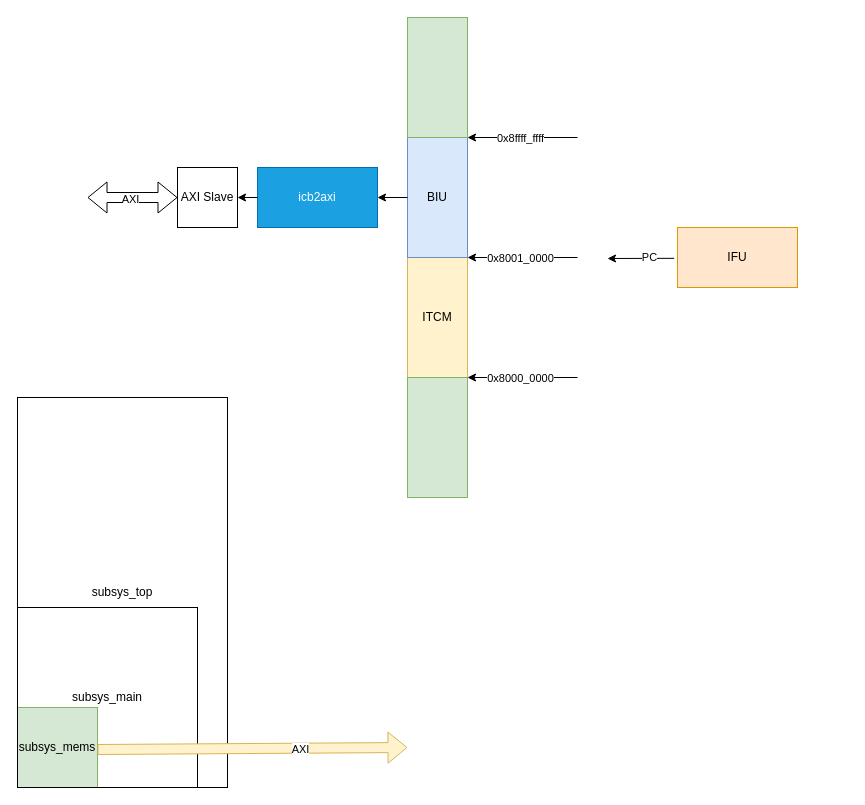
This is page "蜂鸟E203" (6 of 6) of 五级流水.drawio from ZPNMiaoHeng/drawioFolder, a draw.io file, before an edit. Source tidied: cells renumbered, new cells numbered last; positions are measured from the earlier drawing's top-left corner, leaving out a move shared by most shapes. Both pictures are drawn from the tidied source at 100%, with x=0, y=0 at pixel (17, 17).
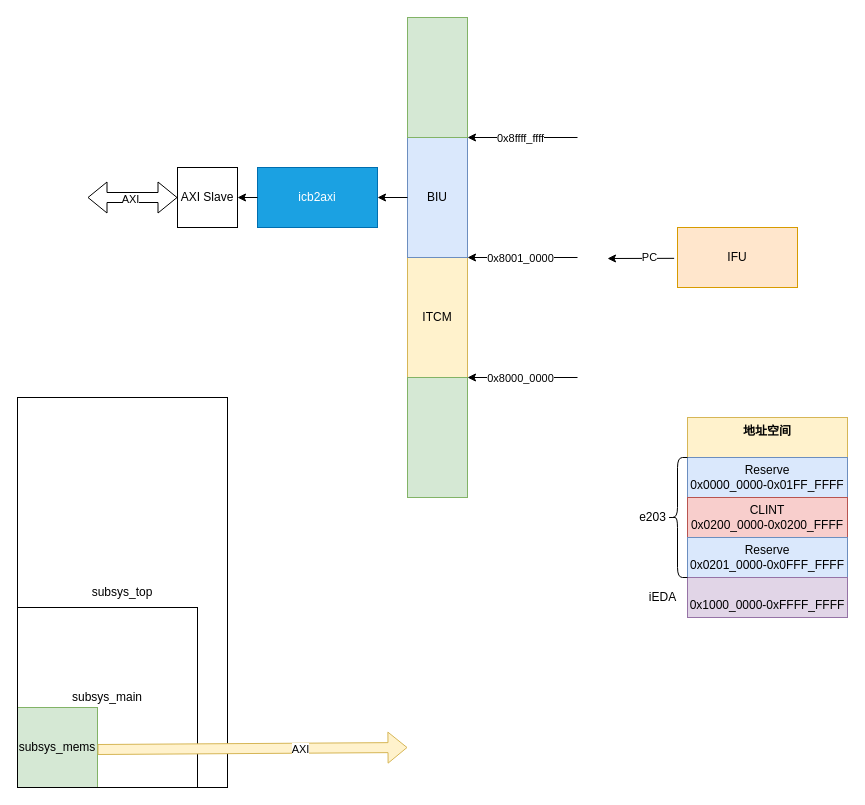
Above is the later version.

Commit message:
更新五级流水.drawio

Diff of the diagram source:
```diff
@@
+    <mxCell id="26" value="地址空间" style="rounded=0;whiteSpace=wrap;html=1;fillColor=#fff2cc;strokeColor=#d6b656;fontStyle=1;verticalAlign=top;" parent="1" vertex="1">
+      <mxGeometry x="670" y="400" width="160" height="40" as="geometry" />
+    </mxCell>
+    <mxCell id="27" value="Reserve&lt;br&gt;0x0000_0000-0x01FF_FFFF" style="rounded=0;whiteSpace=wrap;html=1;fillColor=#dae8fc;strokeColor=#6c8ebf;" parent="1" vertex="1">
+      <mxGeometry x="670" y="440" width="160" height="40" as="geometry" />
+    </mxCell>
+    <mxCell id="28" value="CLINT&lt;br&gt;0x0200_0000-0x0200_FFFF" style="rounded=0;whiteSpace=wrap;html=1;fillColor=#f8cecc;strokeColor=#b85450;" parent="1" vertex="1">
+      <mxGeometry x="670" y="480" width="160" height="40" as="geometry" />
+    </mxCell>
+    <mxCell id="29" value="Reserve&lt;br&gt;0x0201_0000-0x0FFF_FFFF" style="rounded=0;whiteSpace=wrap;html=1;fillColor=#dae8fc;strokeColor=#6c8ebf;" parent="1" vertex="1">
+      <mxGeometry x="670" y="520" width="160" height="40" as="geometry" />
+    </mxCell>
+    <mxCell id="30" value="&lt;br&gt;0x1000_0000-0xFFFF_FFFF" style="rounded=0;whiteSpace=wrap;html=1;fillColor=#e1d5e7;strokeColor=#9673a6;" parent="1" vertex="1">
+      <mxGeometry x="670" y="560" width="160" height="40" as="geometry" />
+    </mxCell>
+    <mxCell id="31" style="shape=curlyBracket;whiteSpace=wrap;html=1;rounded=1;labelPosition=left;verticalLabelPosition=middle;align=right;verticalAlign=middle;" parent="1" vertex="1">
+      <mxGeometry x="650" y="440" width="20" height="120" as="geometry" />
+    </mxCell>
+    <mxCell id="32" value="e203" style="text;html=1;align=center;verticalAlign=middle;strokeColor=none;fillColor=none;" parent="1" vertex="1">
+      <mxGeometry x="610" y="485" width="50" height="30" as="geometry" />
+    </mxCell>
+    <mxCell id="33" value="iEDA" style="text;html=1;align=center;verticalAlign=middle;strokeColor=none;fillColor=none;" parent="1" vertex="1">
+      <mxGeometry x="620" y="565" width="50" height="30" as="geometry" />
+    </mxCell>
```
